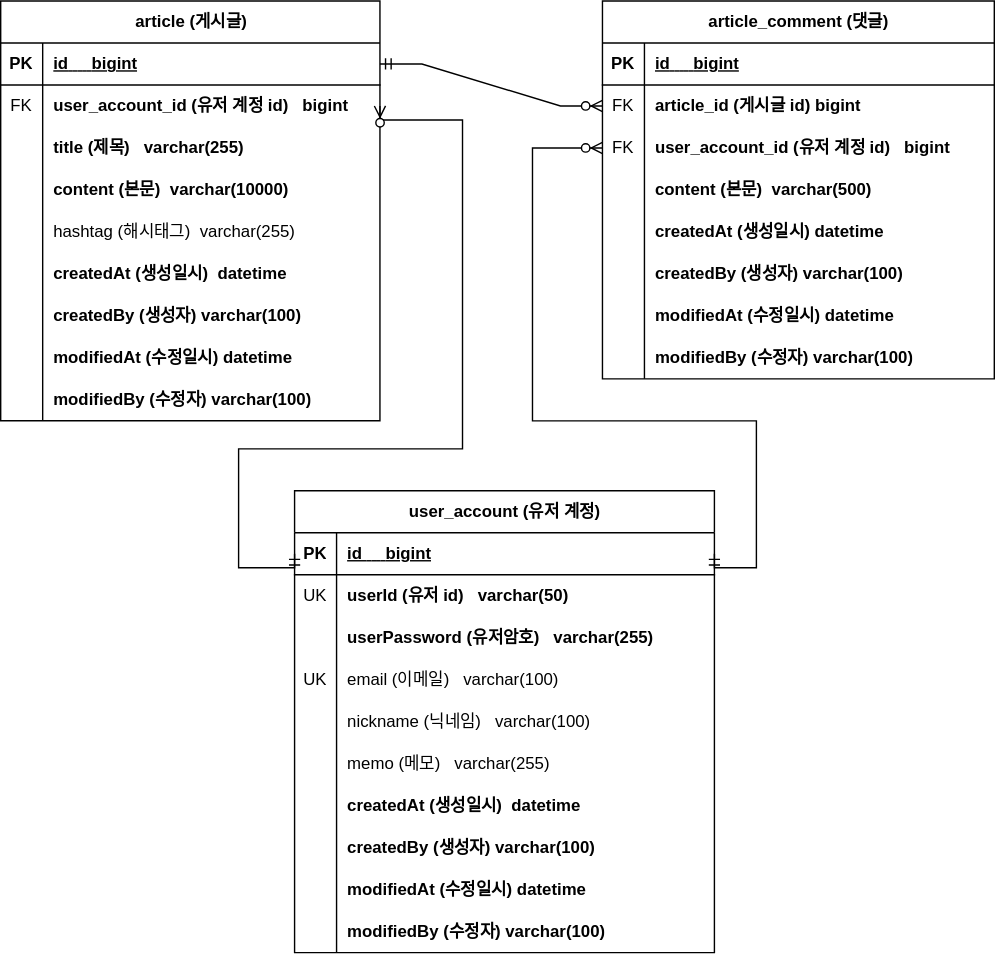
hyojunnii/fastcampus-board-project keeps this draw.io diagram as document/board-project-erd.svg. Above is the earlier version. Source tidied: cells renumbered, new cells last; positions are measured from the earlier drawing's top-left corner, leaving out a move shared by most shapes.
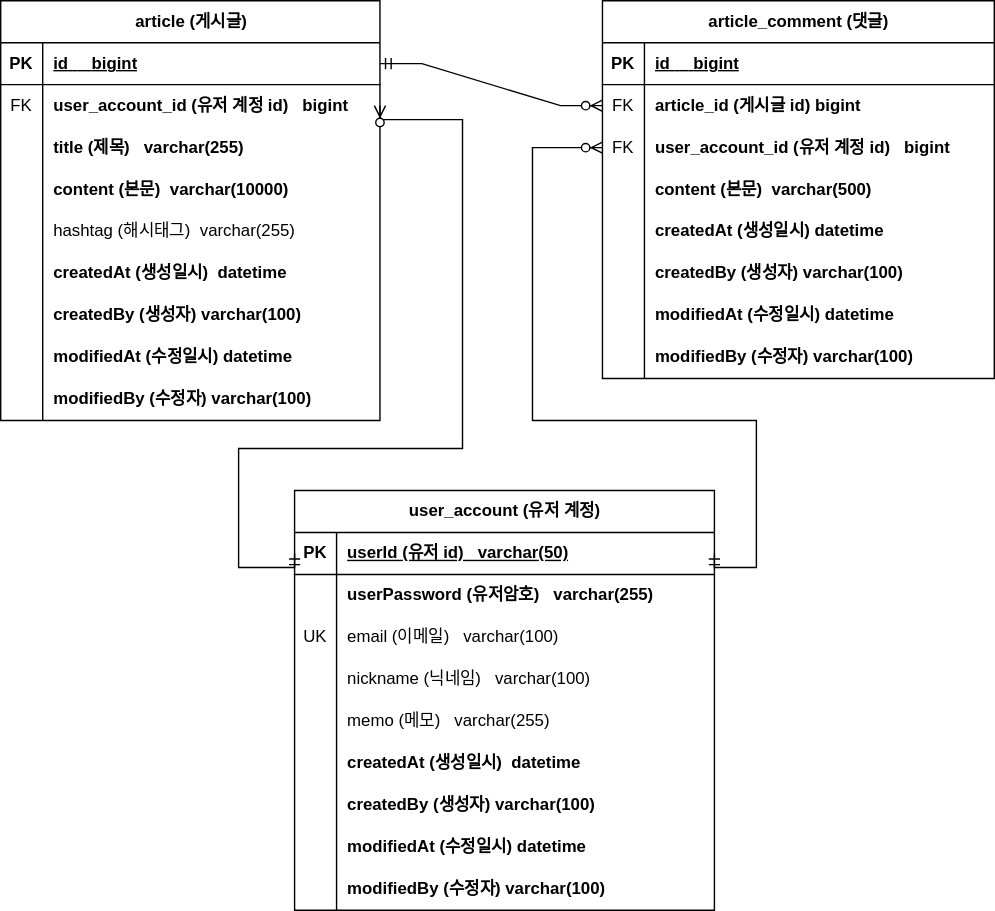
The same diagram one commit later.

Commit message:
#40 - ERD 문서 수정: 회원 계정 user_id를 pk로 변경

회원 계정 기존 `id`를 삭제하고 `user_id`를 pk로 변경하는 그림 적용

The edit, as a diff of the source:
```diff
@@ -162,7 +162,7 @@
       <mxGeometry x="30" width="250" height="30" as="geometry" />
     </mxCell>
     <mxCell id="55" value="user_account (유저 계정)" style="shape=table;startSize=30;rowLines=0;fontStyle=1;align=center;html=1;" parent="1" vertex="1">
-      <mxGeometry x="210" y="350" width="300" height="330" as="geometry" />
+      <mxGeometry x="210" y="350" width="300" height="300" as="geometry" />
     </mxCell>
     <mxCell id="56" style="shape=tableRow;horizontal=0;startSize=0;swimlaneHead=0;swimlaneBody=0;fillColor=none;points=[[0,0.5],[1,0.5]];portConstraint=eastwest;top=0;left=0;right=0;bottom=1;" parent="55" vertex="1">
       <mxGeometry y="30" width="300" height="30" as="geometry" />
@@ -170,20 +170,11 @@
     <mxCell id="57" value="PK" style="shape=partialRectangle;fillColor=none;top=0;left=0;bottom=0;right=0;fontStyle=1;overflow=hidden;whiteSpace=wrap;html=1;" parent="56" vertex="1">
       <mxGeometry width="30" height="30" as="geometry" />
     </mxCell>
-    <mxCell id="58" value="id&lt;span style=&quot;white-space: pre;&quot;&gt; &lt;span style=&quot;white-space: pre;&quot;&gt; &lt;/span&gt;&lt;span style=&quot;white-space: pre;&quot;&gt; &lt;/span&gt;&lt;span style=&quot;white-space: pre;&quot;&gt; &lt;/span&gt;&lt;span style=&quot;white-space: pre;&quot;&gt; &lt;/span&gt;&lt;/span&gt;bigint" style="shape=partialRectangle;fillColor=none;top=0;left=0;bottom=0;right=0;align=left;spacingLeft=6;fontStyle=5;overflow=hidden;whiteSpace=wrap;html=1;" parent="56" vertex="1">
+    <mxCell id="58" value="userId (유저 id)&amp;nbsp; &amp;nbsp;varchar(50)" style="shape=partialRectangle;fillColor=none;top=0;left=0;bottom=0;right=0;align=left;spacingLeft=6;fontStyle=5;overflow=hidden;whiteSpace=wrap;html=1;" parent="56" vertex="1">
       <mxGeometry x="30" width="270" height="30" as="geometry" />
     </mxCell>
-    <mxCell id="59" style="shape=tableRow;horizontal=0;startSize=0;swimlaneHead=0;swimlaneBody=0;fillColor=none;top=0;left=0;right=0;bottom=0;" parent="55" vertex="1">
-      <mxGeometry y="60" width="300" height="30" as="geometry" />
-    </mxCell>
-    <mxCell id="60" value="UK" style="shape=partialRectangle;fillColor=none;top=0;left=0;bottom=0;right=0;overflow=hidden;whiteSpace=wrap;html=1;" parent="59" vertex="1">
-      <mxGeometry width="30" height="30" as="geometry" />
-    </mxCell>
-    <mxCell id="61" value="userId (유저 id)&amp;nbsp; &amp;nbsp;varchar(50)" style="shape=partialRectangle;fillColor=none;top=0;left=0;bottom=0;right=0;align=left;spacingLeft=6;overflow=hidden;whiteSpace=wrap;html=1;fontStyle=1;" parent="59" vertex="1">
-      <mxGeometry x="30" width="270" height="30" as="geometry" />
-    </mxCell>
     <mxCell id="62" style="shape=tableRow;horizontal=0;startSize=0;swimlaneHead=0;swimlaneBody=0;fillColor=none;top=0;left=0;right=0;bottom=0;" parent="55" vertex="1">
-      <mxGeometry y="90" width="300" height="30" as="geometry" />
+      <mxGeometry y="60" width="300" height="30" as="geometry" />
     </mxCell>
     <mxCell id="63" style="shape=partialRectangle;fillColor=none;top=0;left=0;bottom=0;right=0;overflow=hidden;whiteSpace=wrap;html=1;" parent="62" vertex="1">
       <mxGeometry width="30" height="30" as="geometry" />
@@ -192,7 +183,7 @@
       <mxGeometry x="30" width="270" height="30" as="geometry" />
     </mxCell>
     <mxCell id="65" style="shape=tableRow;horizontal=0;startSize=0;swimlaneHead=0;swimlaneBody=0;fillColor=none;top=0;left=0;right=0;bottom=0;" parent="55" vertex="1">
-      <mxGeometry y="120" width="300" height="30" as="geometry" />
+      <mxGeometry y="90" width="300" height="30" as="geometry" />
     </mxCell>
     <mxCell id="66" value="UK" style="shape=partialRectangle;fillColor=none;top=0;left=0;bottom=0;right=0;overflow=hidden;whiteSpace=wrap;html=1;" parent="65" vertex="1">
       <mxGeometry width="30" height="30" as="geometry" />
@@ -201,7 +192,7 @@
       <mxGeometry x="30" width="270" height="30" as="geometry" />
     </mxCell>
     <mxCell id="68" style="shape=tableRow;horizontal=0;startSize=0;swimlaneHead=0;swimlaneBody=0;fillColor=none;top=0;left=0;right=0;bottom=0;" parent="55" vertex="1">
-      <mxGeometry y="150" width="300" height="30" as="geometry" />
+      <mxGeometry y="120" width="300" height="30" as="geometry" />
     </mxCell>
     <mxCell id="69" style="shape=partialRectangle;fillColor=none;top=0;left=0;bottom=0;right=0;overflow=hidden;whiteSpace=wrap;html=1;" parent="68" vertex="1">
       <mxGeometry width="30" height="30" as="geometry" />
@@ -210,7 +201,7 @@
       <mxGeometry x="30" width="270" height="30" as="geometry" />
     </mxCell>
     <mxCell id="71" style="shape=tableRow;horizontal=0;startSize=0;swimlaneHead=0;swimlaneBody=0;fillColor=none;top=0;left=0;right=0;bottom=0;" parent="55" vertex="1">
-      <mxGeometry y="180" width="300" height="30" as="geometry" />
+      <mxGeometry y="150" width="300" height="30" as="geometry" />
     </mxCell>
     <mxCell id="72" style="shape=partialRectangle;fillColor=none;top=0;left=0;bottom=0;right=0;overflow=hidden;whiteSpace=wrap;html=1;" parent="71" vertex="1">
       <mxGeometry width="30" height="30" as="geometry" />
@@ -219,7 +210,7 @@
       <mxGeometry x="30" width="270" height="30" as="geometry" />
     </mxCell>
     <mxCell id="74" style="shape=tableRow;horizontal=0;startSize=0;swimlaneHead=0;swimlaneBody=0;fillColor=none;top=0;left=0;right=0;bottom=0;" parent="55" vertex="1">
-      <mxGeometry y="210" width="300" height="30" as="geometry" />
+      <mxGeometry y="180" width="300" height="30" as="geometry" />
     </mxCell>
     <mxCell id="75" style="shape=partialRectangle;fillColor=none;top=0;left=0;bottom=0;right=0;overflow=hidden;whiteSpace=wrap;html=1;" parent="74" vertex="1">
       <mxGeometry width="30" height="30" as="geometry" />
@@ -228,7 +219,7 @@
       <mxGeometry x="30" width="270" height="30" as="geometry" />
     </mxCell>
     <mxCell id="77" style="shape=tableRow;horizontal=0;startSize=0;swimlaneHead=0;swimlaneBody=0;fillColor=none;top=0;left=0;right=0;bottom=0;" parent="55" vertex="1">
-      <mxGeometry y="240" width="300" height="30" as="geometry" />
+      <mxGeometry y="210" width="300" height="30" as="geometry" />
     </mxCell>
     <mxCell id="78" style="shape=partialRectangle;fillColor=none;top=0;left=0;bottom=0;right=0;overflow=hidden;whiteSpace=wrap;html=1;" parent="77" vertex="1">
       <mxGeometry width="30" height="30" as="geometry" />
@@ -237,7 +228,7 @@
       <mxGeometry x="30" width="270" height="30" as="geometry" />
     </mxCell>
     <mxCell id="80" style="shape=tableRow;horizontal=0;startSize=0;swimlaneHead=0;swimlaneBody=0;fillColor=none;top=0;left=0;right=0;bottom=0;" parent="55" vertex="1">
-      <mxGeometry y="270" width="300" height="30" as="geometry" />
+      <mxGeometry y="240" width="300" height="30" as="geometry" />
     </mxCell>
     <mxCell id="81" style="shape=partialRectangle;fillColor=none;top=0;left=0;bottom=0;right=0;overflow=hidden;whiteSpace=wrap;html=1;" parent="80" vertex="1">
       <mxGeometry width="30" height="30" as="geometry" />
@@ -246,7 +237,7 @@
       <mxGeometry x="30" width="270" height="30" as="geometry" />
     </mxCell>
     <mxCell id="83" style="shape=tableRow;horizontal=0;startSize=0;swimlaneHead=0;swimlaneBody=0;fillColor=none;top=0;left=0;right=0;bottom=0;" parent="55" vertex="1">
-      <mxGeometry y="300" width="300" height="30" as="geometry" />
+      <mxGeometry y="270" width="300" height="30" as="geometry" />
     </mxCell>
     <mxCell id="84" style="shape=partialRectangle;fillColor=none;top=0;left=0;bottom=0;right=0;overflow=hidden;whiteSpace=wrap;html=1;" parent="83" vertex="1">
       <mxGeometry width="30" height="30" as="geometry" />
```
